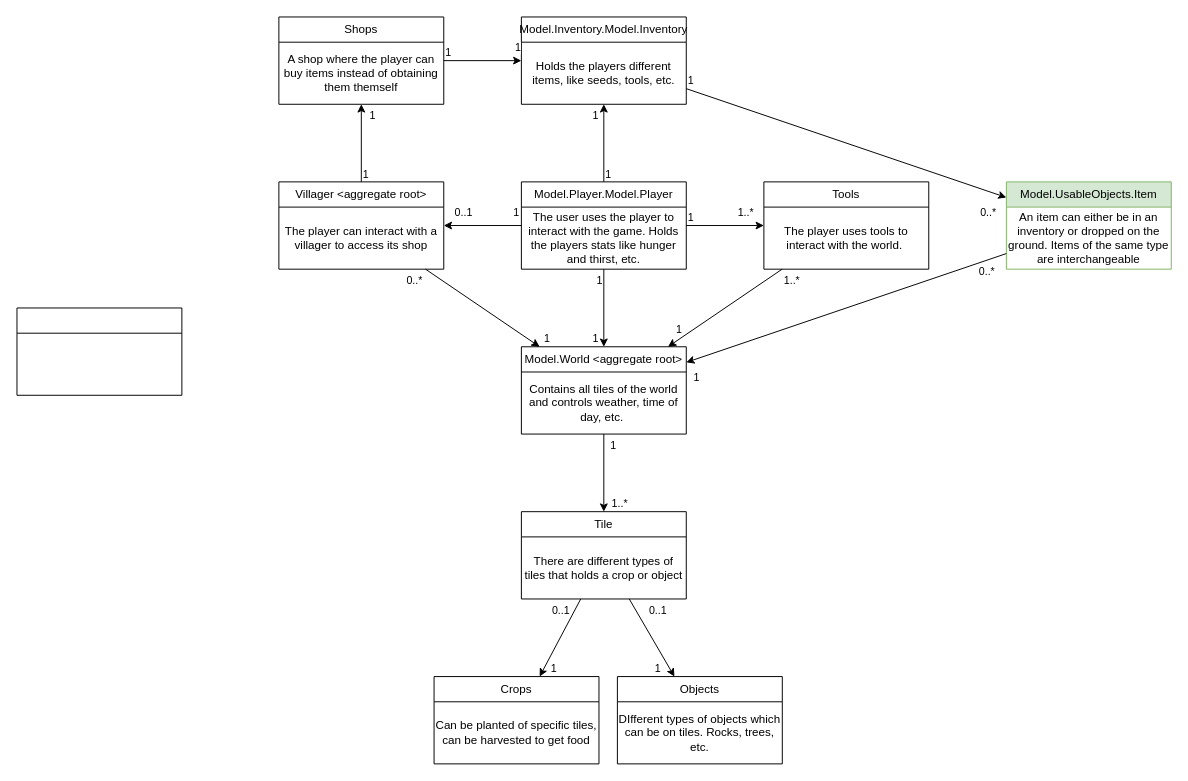
Earlier version of the draw.io diagram Domainmodel.drawio (ErikFogelstrand/OOPP-eenn). Source tidied: cells renumbered, new cells numbered last; positions are measured from the earlier drawing's top-left corner, leaving out a move shared by most shapes. Both pictures are drawn from the tidied source at 97%, with x=0, y=0 at pixel (16, 16).
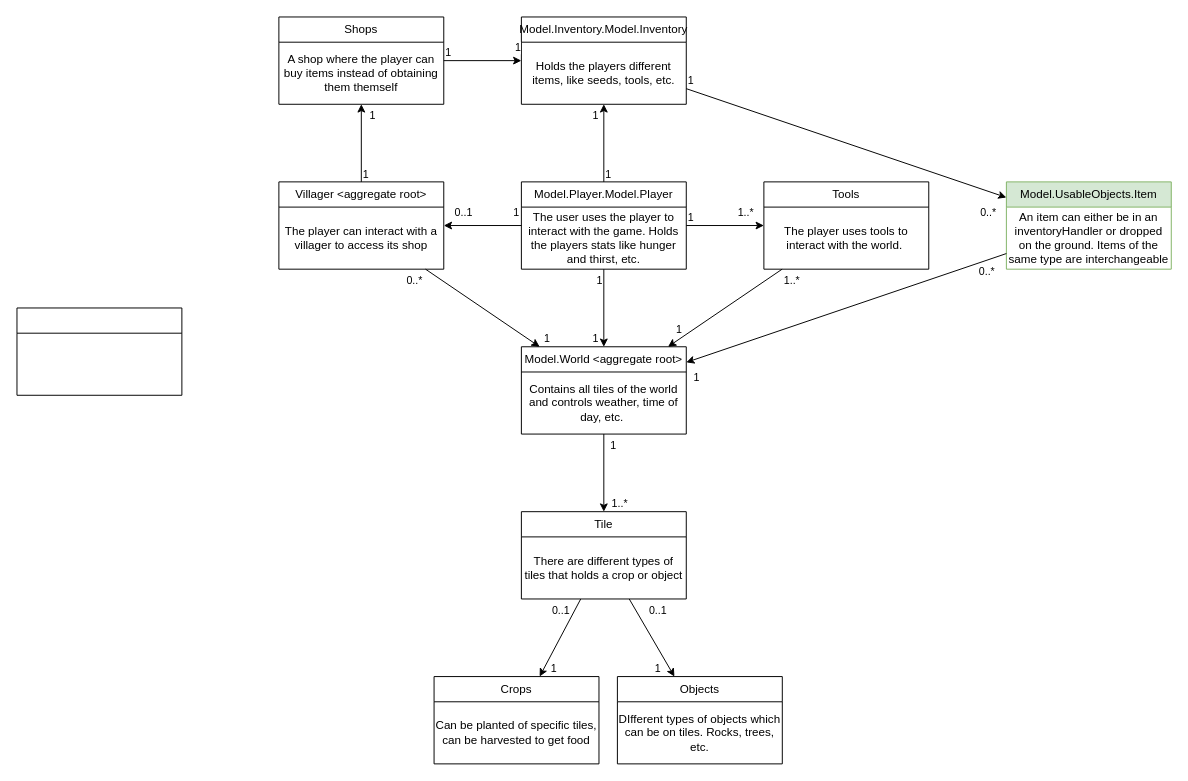
Above is the later version.

The change refers to these unchanged cells:
```xml
<mxCell id="45" value="Model.UsableObjects.Item" style="swimlane;fontStyle=0;horizontal=1;startSize=26;fillColor=#d5e8d4;whiteSpace=wrap;html=1;strokeColor=#82b366;" parent="1" vertex="1">
  <mxGeometry x="1020" y="170" width="170" height="90" as="geometry" />
</mxCell>
```

Change to the diagram source:
```diff
@@
-    <mxCell id="46" value="An item can either be in an inventory or dropped on the ground. Items of the same type are interchangeable" style="text;html=1;align=center;verticalAlign=middle;whiteSpace=wrap;rounded=0;" parent="45" vertex="1">
+    <mxCell id="46" value="An item can either be in an inventoryHandler or dropped on the ground. Items of the same type are interchangeable" style="text;html=1;align=center;verticalAlign=middle;whiteSpace=wrap;rounded=0;" parent="45" vertex="1">
       <mxGeometry y="26" width="170" height="64" as="geometry" />
     </mxCell>
```
